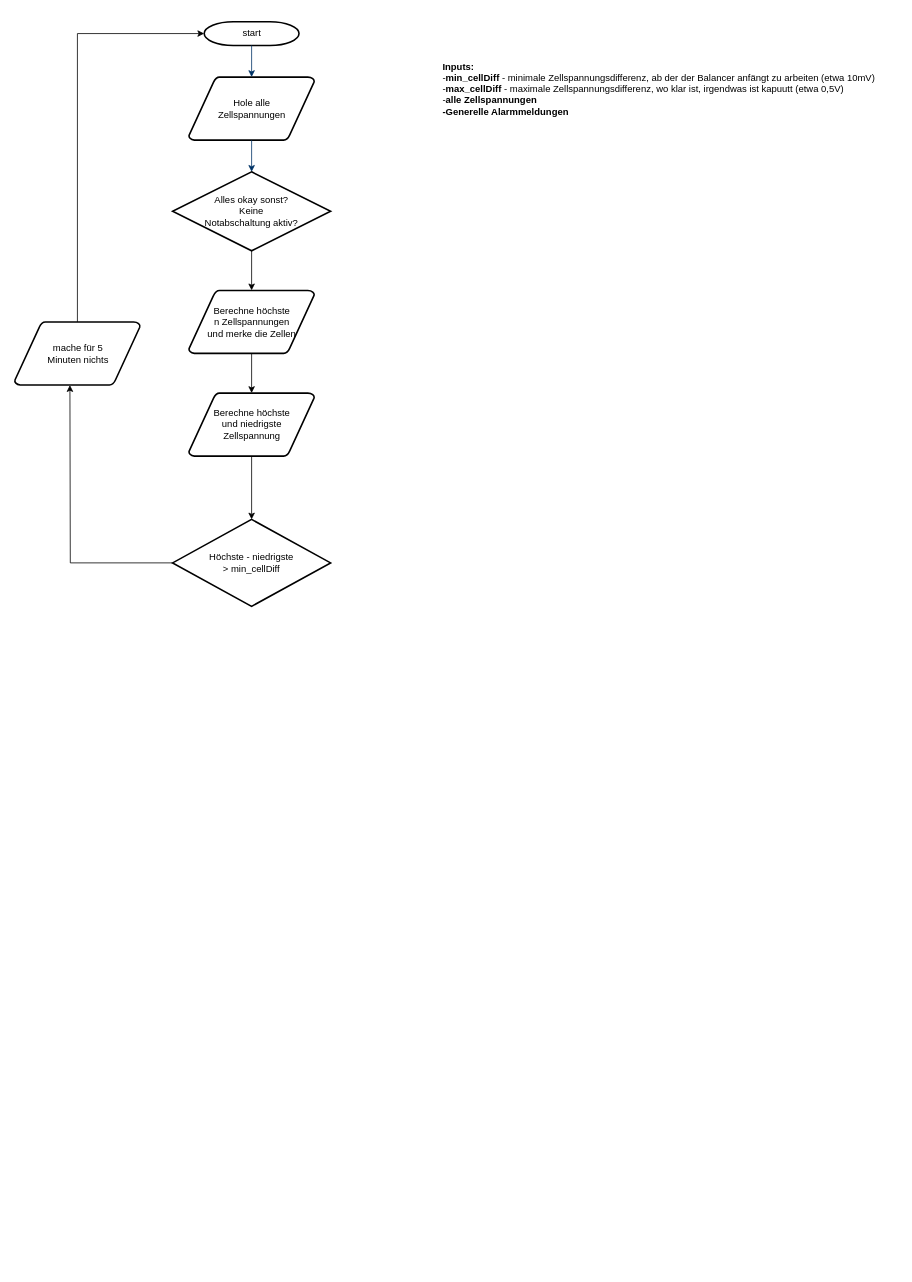
This is Balancer Flowchart.drawio from SunshadeCorp/EasyBMS-master, a draw.io file, before an edit. Source tidied: cells renumbered, new cells numbered last; positions are measured from the earlier drawing's top-left corner, leaving out a move shared by most shapes. Both pictures are drawn from the tidied source at 79%, with x=0, y=0 at pixel (14, 13).
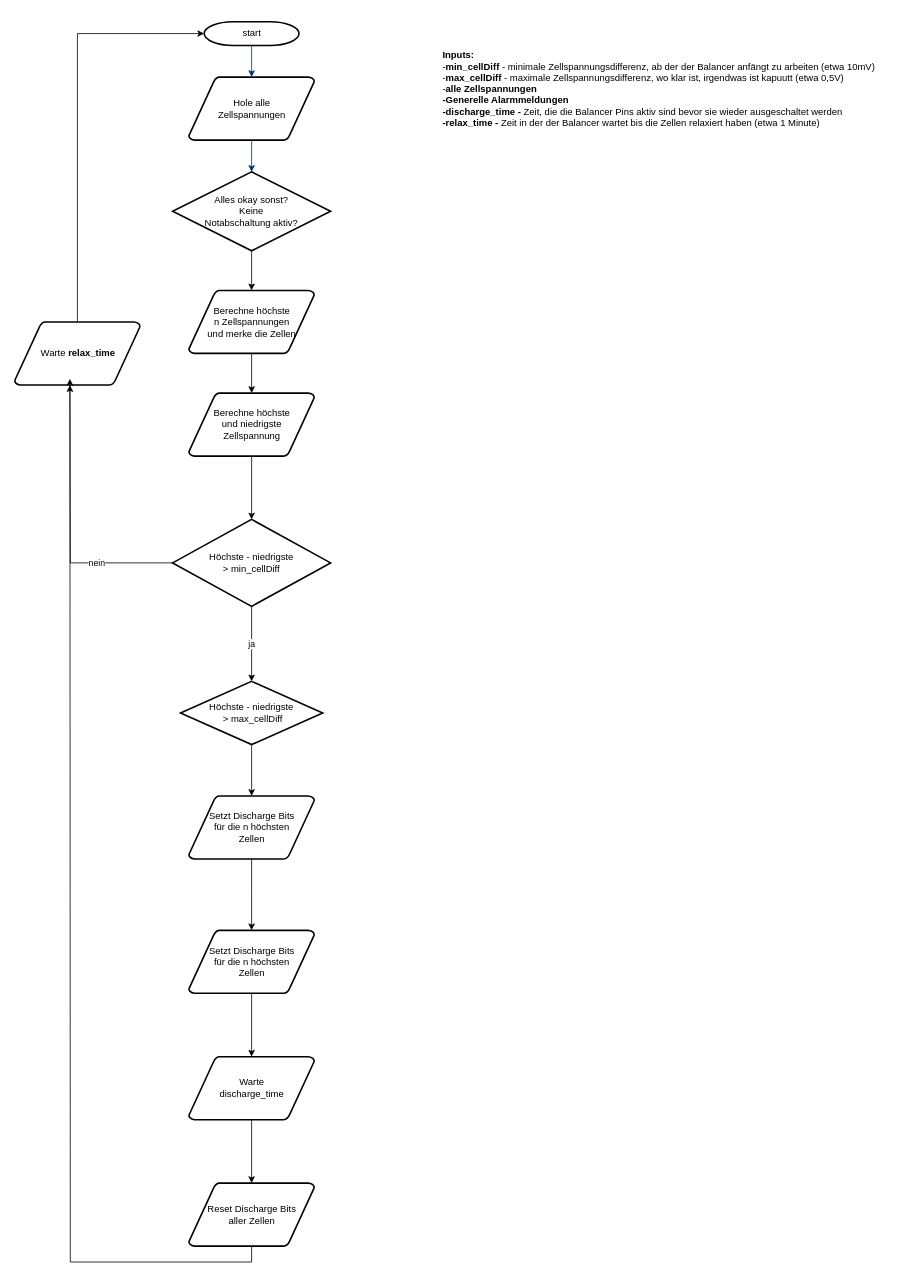
After the change.

Unchanged cells that the change refers to:
```xml
<mxCell id="12" style="edgeStyle=orthogonalEdgeStyle;rounded=0;jettySize=auto;html=1;exitX=0;exitY=0.5;exitDx=0;exitDy=0;" parent="1" edge="1" source="13">
  <mxGeometry relative="1" as="geometry">
    <mxPoint x="70" y="470" as="targetPoint" />
  </mxGeometry>
</mxCell>
<mxCell id="13" value="&lt;div&gt;Höchste - niedrigste&lt;/div&gt;&lt;div&gt; &amp;gt; min_cellDiff &lt;/div&gt;" style="rhombus;whiteSpace=wrap;html=1;fontStyle=0;strokeWidth=2;gradientDirection=north;" parent="1" vertex="1">
  <mxGeometry x="200" y="640" width="200" height="110" as="geometry" />
</mxCell>
```

What changed in the source:
```diff
@@
+    <mxCell id="17" value="&lt;div&gt;&lt;br&gt;&lt;/div&gt;" style="edgeLabel;html=1;align=center;verticalAlign=middle;" parent="12" vertex="1">
+      <mxGeometry x="-0.45" y="4" relative="1" as="geometry" />
+    </mxCell>
+    <mxCell id="18" value="nein" style="edgeLabel;html=1;align=center;verticalAlign=middle;" parent="12" vertex="1">
+      <mxGeometry x="-0.45" relative="1" as="geometry" />
+    </mxCell>
+    <mxCell id="19" value="ja" style="edgeStyle=orthogonalEdgeStyle;rounded=0;jettySize=auto;html=1;" parent="1" edge="1" source="13" target="21">
+      <mxGeometry relative="1" as="geometry" />
+    </mxCell>
@@
-    <mxCell id="15" value="&lt;div&gt;mache für 5 &lt;br&gt;&lt;/div&gt;&lt;div&gt;Minuten nichts&lt;/div&gt;" style="shape=mxgraph.flowchart.data;strokeWidth=2;gradientColor=none;gradientDirection=north;fontStyle=0;html=1;" parent="1" vertex="1">
+    <mxCell id="15" value="Warte &lt;b&gt;relax_time&lt;/b&gt;" style="shape=mxgraph.flowchart.data;strokeWidth=2;gradientColor=none;gradientDirection=north;fontStyle=0;html=1;" parent="1" vertex="1">
       <mxGeometry y="390" width="159" height="80" as="geometry" />
     </mxCell>
-    <mxCell id="16" value="&lt;div&gt;&lt;b&gt;Inputs:&lt;/b&gt;&lt;/div&gt;&lt;div&gt;-&lt;b&gt;min_cellDiff&lt;/b&gt; - minimale Zellspannungsdifferenz, ab der der Balancer anfängt zu arbeiten (etwa 10mV)&lt;br&gt;&lt;/div&gt;&lt;div&gt;-&lt;b&gt;max_cellDiff&lt;/b&gt; - maximale Zellspannungsdifferenz, wo klar ist, irgendwas ist kapuutt (etwa 0,5V)&lt;/div&gt;&lt;div&gt;-&lt;b&gt;alle Zellspannungen&lt;/b&gt;&lt;/div&gt;&lt;div&gt;&lt;b&gt;-Generelle Alarmmeldungen&lt;br&gt;&lt;/b&gt;&lt;/div&gt;" style="text;html=1;strokeColor=none;fillColor=none;align=left;verticalAlign=middle;whiteSpace=wrap;rounded=0;" parent="1" vertex="1">
+    <mxCell id="16" value="&lt;div&gt;&lt;b&gt;Inputs:&lt;/b&gt;&lt;/div&gt;&lt;div&gt;-&lt;b&gt;min_cellDiff&lt;/b&gt; - minimale Zellspannungsdifferenz, ab der der Balancer anfängt zu arbeiten (etwa 10mV)&lt;br&gt;&lt;/div&gt;&lt;div&gt;-&lt;b&gt;max_cellDiff&lt;/b&gt; - maximale Zellspannungsdifferenz, wo klar ist, irgendwas ist kapuutt (etwa 0,5V)&lt;/div&gt;&lt;div&gt;-&lt;b&gt;alle Zellspannungen&lt;/b&gt;&lt;/div&gt;&lt;div&gt;&lt;b&gt;-Generelle Alarmmeldungen&lt;/b&gt;&lt;/div&gt;&lt;div&gt;&lt;b&gt;-discharge_time -&lt;/b&gt; Zeit, die die Balancer Pins aktiv sind bevor sie wieder ausgeschaltet werden&lt;b&gt;&lt;br&gt;&lt;/b&gt;&lt;/div&gt;&lt;div&gt;&lt;b&gt;-relax_time -&lt;/b&gt; Zeit in der der Balancer wartet bis die Zellen relaxiert haben (etwa 1 Minute)&lt;b&gt;&lt;br&gt;&lt;/b&gt;&lt;/div&gt;" style="text;html=1;strokeColor=none;fillColor=none;align=left;verticalAlign=middle;whiteSpace=wrap;rounded=0;" parent="1" vertex="1">
       <mxGeometry x="540" width="580" height="190" as="geometry" />
     </mxCell>
+    <mxCell id="20" style="edgeStyle=orthogonalEdgeStyle;rounded=0;jettySize=auto;html=1;" parent="1" edge="1" source="21" target="23">
+      <mxGeometry relative="1" as="geometry" />
+    </mxCell>
+    <mxCell id="21" value="&lt;div&gt;Höchste - niedrigste&lt;/div&gt;&lt;div&gt;&amp;nbsp;&amp;gt; max_cellDiff &lt;/div&gt;" style="rhombus;whiteSpace=wrap;html=1;fontStyle=0;strokeWidth=2;gradientDirection=north;" parent="1" vertex="1">
+      <mxGeometry x="210" y="845" width="180" height="80" as="geometry" />
+    </mxCell>
+    <mxCell id="22" style="edgeStyle=orthogonalEdgeStyle;rounded=0;jettySize=auto;html=1;" parent="1" edge="1" source="23">
+      <mxGeometry relative="1" as="geometry">
+        <mxPoint x="300" y="1160" as="targetPoint" />
+      </mxGeometry>
+    </mxCell>
+    <mxCell id="23" value="&lt;div&gt;Setzt Discharge Bits&lt;/div&gt;&lt;div&gt;für die n höchsten &lt;br&gt;&lt;/div&gt;&lt;div&gt;Zellen&lt;br&gt;&lt;/div&gt;" style="shape=mxgraph.flowchart.data;strokeWidth=2;gradientColor=none;gradientDirection=north;fontStyle=0;html=1;" parent="1" vertex="1">
+      <mxGeometry x="220.5" y="990" width="159" height="80" as="geometry" />
+    </mxCell>
+    <mxCell id="24" style="edgeStyle=orthogonalEdgeStyle;rounded=0;jettySize=auto;html=1;" parent="1" edge="1" source="25" target="27">
+      <mxGeometry relative="1" as="geometry" />
+    </mxCell>
+    <mxCell id="25" value="&lt;div&gt;Setzt Discharge Bits&lt;/div&gt;&lt;div&gt;für die n höchsten &lt;br&gt;&lt;/div&gt;&lt;div&gt;Zellen&lt;br&gt;&lt;/div&gt;" style="shape=mxgraph.flowchart.data;strokeWidth=2;gradientColor=none;gradientDirection=north;fontStyle=0;html=1;" parent="1" vertex="1">
+      <mxGeometry x="220.5" y="1160" width="159" height="80" as="geometry" />
+    </mxCell>
+    <mxCell id="26" style="edgeStyle=orthogonalEdgeStyle;rounded=0;jettySize=auto;html=1;" parent="1" edge="1" source="27" target="29">
+      <mxGeometry relative="1" as="geometry" />
+    </mxCell>
+    <mxCell id="27" value="&lt;div&gt;Warte&lt;/div&gt;&lt;div&gt; discharge_time&lt;/div&gt;" style="shape=mxgraph.flowchart.data;strokeWidth=2;gradientColor=none;gradientDirection=north;fontStyle=0;html=1;" parent="1" vertex="1">
+      <mxGeometry x="220.5" y="1320" width="159" height="80" as="geometry" />
+    </mxCell>
+    <mxCell id="28" style="edgeStyle=orthogonalEdgeStyle;rounded=0;jettySize=auto;html=1;exitX=0.5;exitY=1;exitDx=0;exitDy=0;exitPerimeter=0;" parent="1" edge="1" source="29">
+      <mxGeometry relative="1" as="geometry">
+        <mxPoint x="70" y="462" as="targetPoint" />
+      </mxGeometry>
+    </mxCell>
+    <mxCell id="29" value="&lt;div&gt;Reset Discharge Bits&lt;/div&gt;&lt;div&gt;aller Zellen&lt;br&gt;&lt;/div&gt;" style="shape=mxgraph.flowchart.data;strokeWidth=2;gradientColor=none;gradientDirection=north;fontStyle=0;html=1;" parent="1" vertex="1">
+      <mxGeometry x="220.5" y="1480" width="159" height="80" as="geometry" />
+    </mxCell>
```
